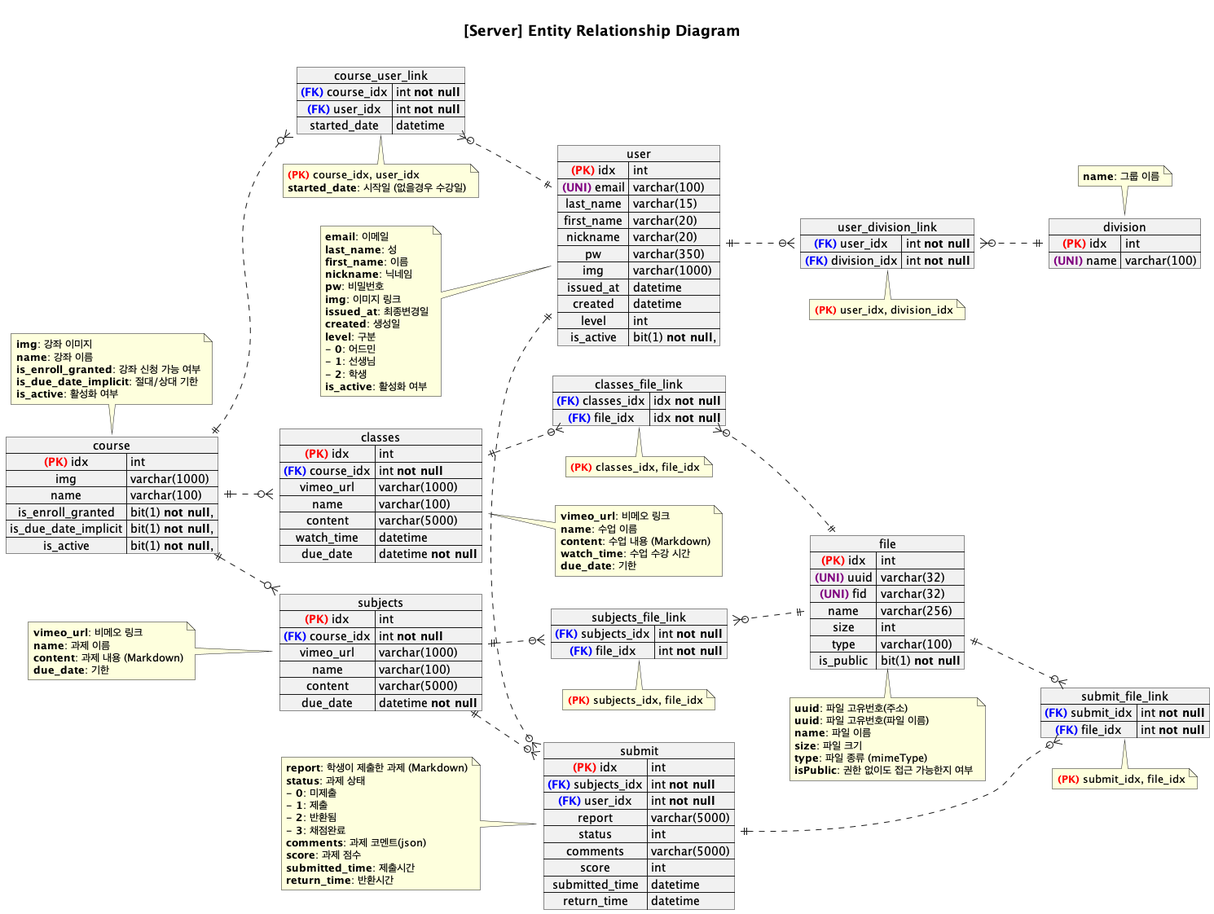
Before: design/erd.png, a diagram exported from PlantUML (DokySp/project-emt).
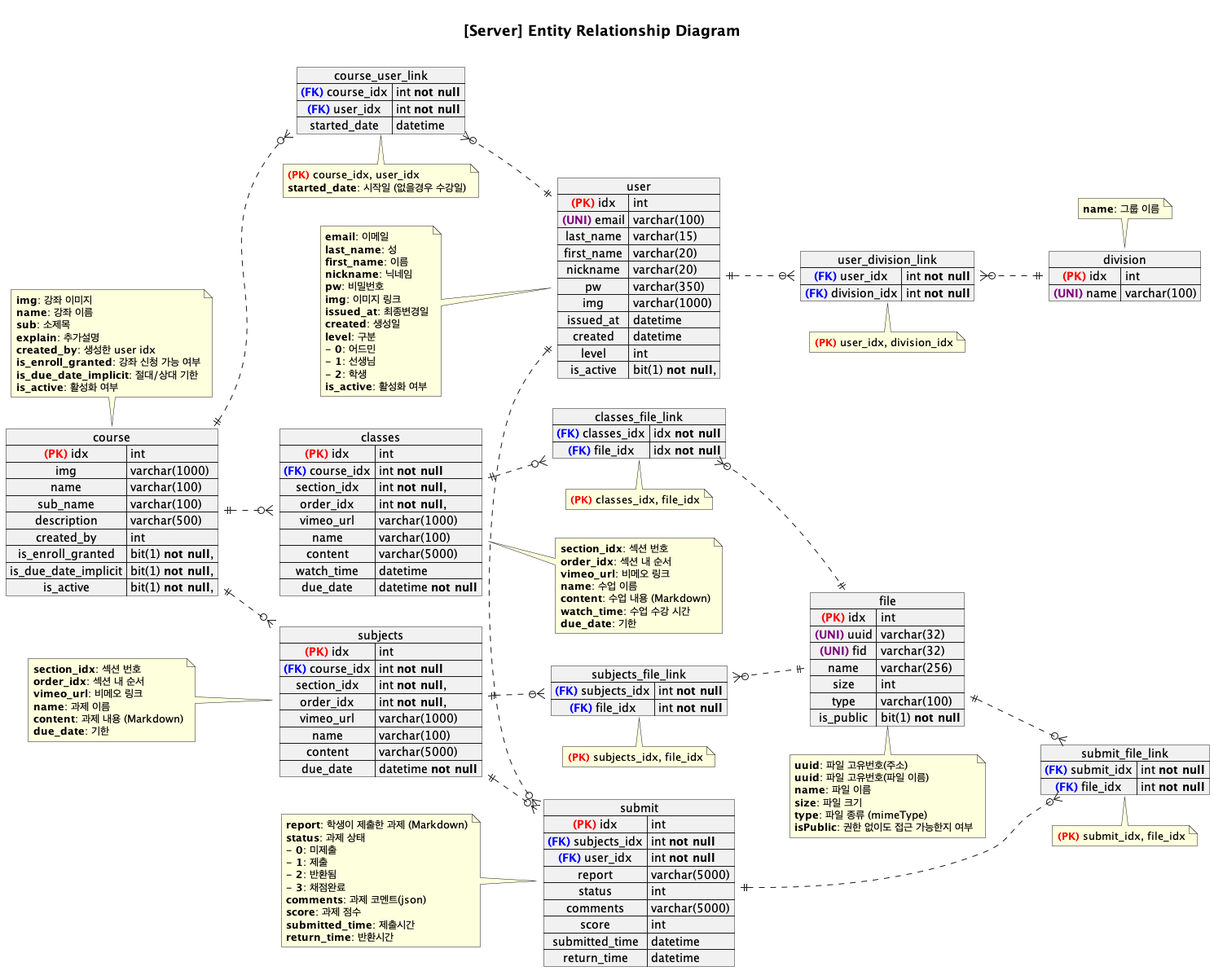
Later version of the same file.

Change to the diagram source:
```diff
@@ -12,32 +12,43 @@
     <color:red>**(PK)**</color> idx => int
     img => varchar(1000)
     name => varchar(100)
+    sub_name => varchar(100)
+    description => varchar(500)
+    created_by => int
     is_enroll_granted => bit(1) **not null**,
     is_due_date_implicit => bit(1) **not null**,
     is_active => bit(1) **not null**,
 }
-note top: **img**: 강좌 이미지\n**name**: 강좌 이름\n**is_enroll_granted**: 강좌 신청 가능 여부\n**is_due_date_implicit**: 절대/상대 기한\n**is_active**: 활성화 여부
+note top: **img**: 강좌 이미지\n**name**: 강좌 이름\n**sub**: 소제목\n**explain**: 추가설명\n**created_by**: 생성한 user idx\n**is_enroll_granted**: 강좌 신청 가능 여부\n**is_due_date_implicit**: 절대/상대 기한\n**is_active**: 활성화 여부
 
 map classes {
   <color:red>**(PK)**</color> idx => int
   <color:blue>**(FK)**</color> course_idx => int **not null**
+
+  section_idx => int **not null**,
+  order_idx => int **not null**,
+
   vimeo_url => varchar(1000)
   name => varchar(100)
   content => varchar(5000)
   watch_time => datetime
   due_date => datetime **not null**
 }
-note right: **vimeo_url**: 비메오 링크\n**name**: 수업 이름\n**content**: 수업 내용 (Markdown)\n**watch_time**: 수업 수강 시간\n**due_date**: 기한
+note right: **section_idx**: 섹션 번호\n**order_idx**: 섹션 내 순서\n**vimeo_url**: 비메오 링크\n**name**: 수업 이름\n**content**: 수업 내용 (Markdown)\n**watch_time**: 수업 수강 시간\n**due_date**: 기한
 
 map subjects {
   <color:red>**(PK)**</color> idx => int
   <color:blue>**(FK)**</color> course_idx => int **not null**
+
+  section_idx => int **not null**,
+  order_idx => int **not null**,
+
   vimeo_url => varchar(1000)
   name => varchar(100)
   content => varchar(5000)
   due_date => datetime **not null**
 }
-note left: **vimeo_url**: 비메오 링크\n**name**: 과제 이름\n**content**: 과제 내용 (Markdown)\n**due_date**: 기한
+note left: **section_idx**: 섹션 번호\n**order_idx**: 섹션 내 순서\n**vimeo_url**: 비메오 링크\n**name**: 과제 이름\n**content**: 과제 내용 (Markdown)\n**due_date**: 기한
 
 map submit {
   <color:red>**(PK)**</color> idx => int
```
